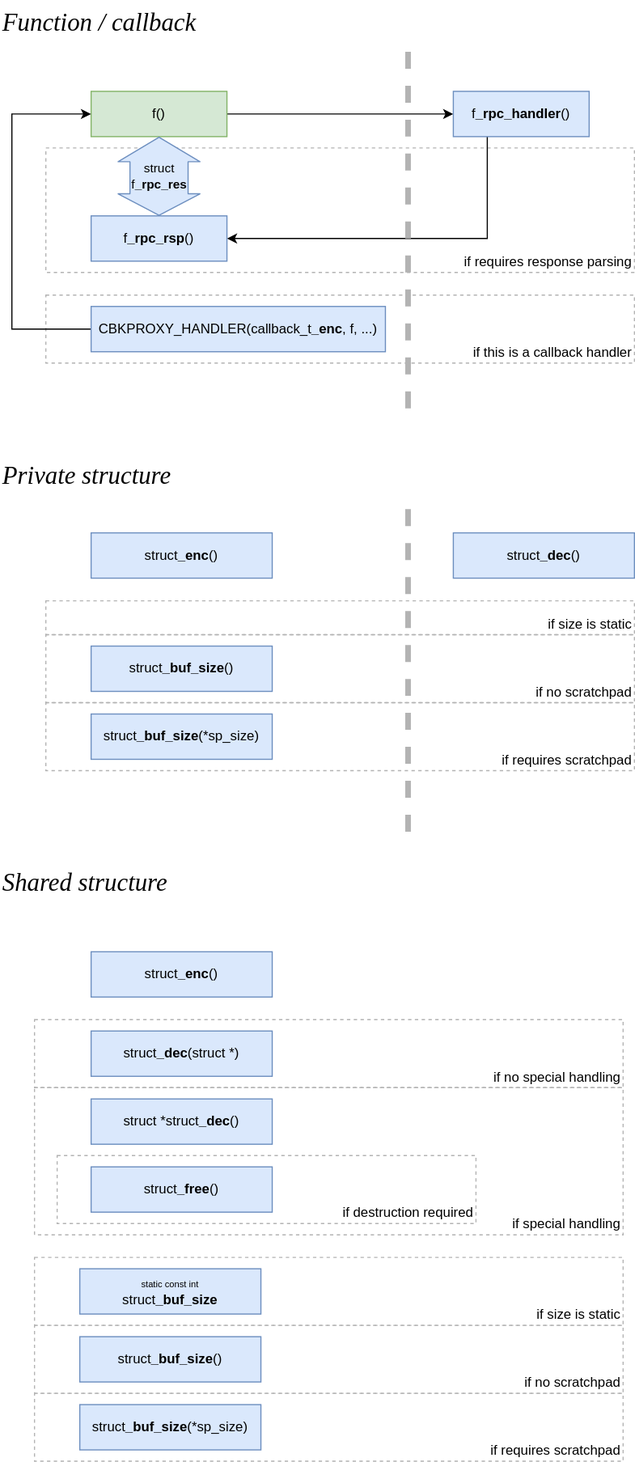
This is doc/GeneratorUnits.drawio.svg from doki-nordic/nrf_rpc_generator, a draw.io export, as it was before one commit. Source tidied: cells renumbered, new cells last; positions are measured from the earlier drawing's top-left corner, leaving out a move shared by most shapes.
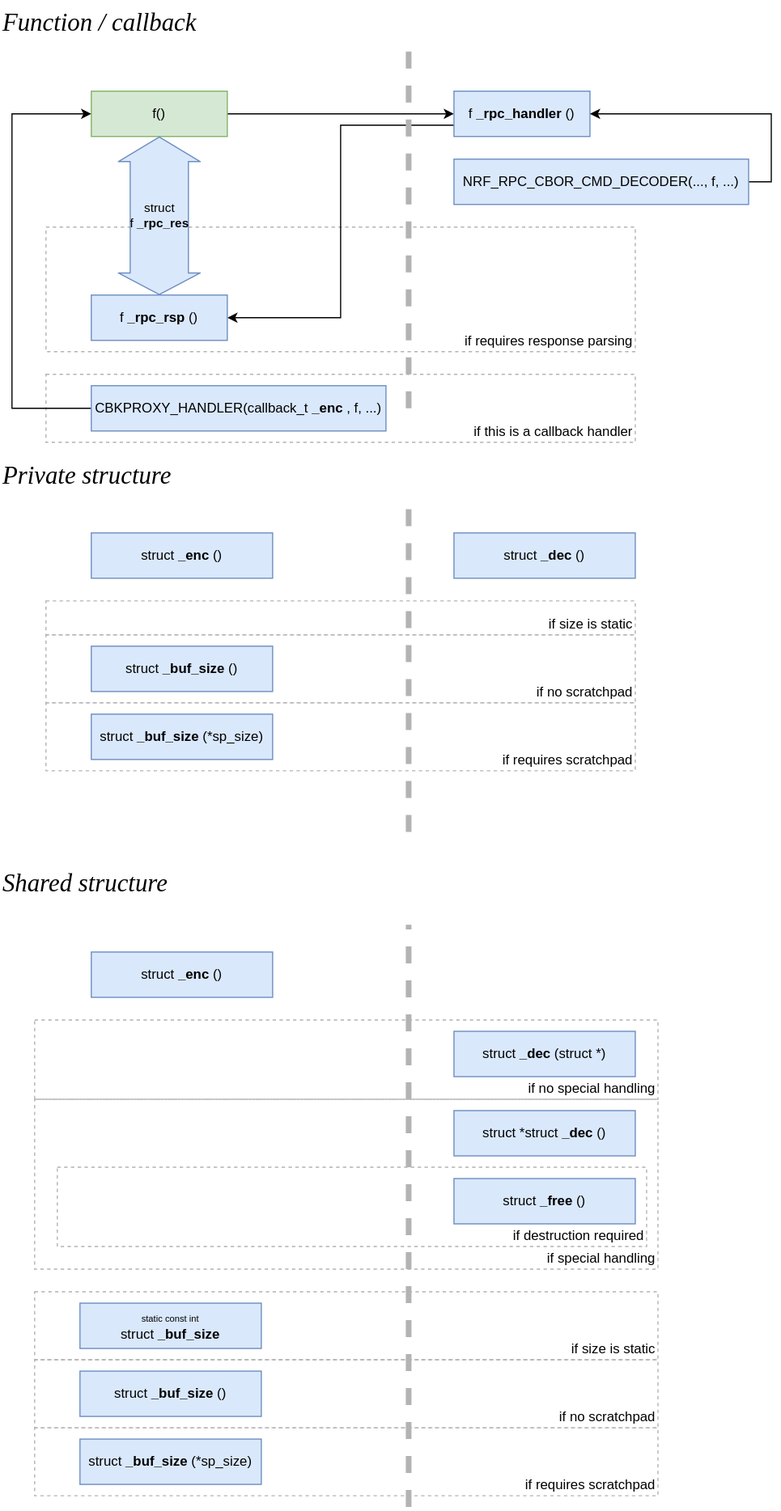
Above is the later version.

Commit message:
GeneratorUnits diagram updates

Diff of the diagram source:
```diff
@@ -3,10 +3,10 @@
     <mxCell id="0" />
     <mxCell id="1" parent="0" />
     <mxCell id="2" value="if special handling" style="rounded=0;whiteSpace=wrap;html=1;fillColor=none;strokeColor=#B3B3B3;dashed=1;verticalAlign=bottom;align=right;" parent="1" vertex="1">
-      <mxGeometry x="30" y="960" width="520" height="130" as="geometry" />
+      <mxGeometry x="30" y="970" width="550" height="150" as="geometry" />
     </mxCell>
     <mxCell id="3" value="if destruction required" style="rounded=0;whiteSpace=wrap;html=1;fillColor=none;strokeColor=#B3B3B3;dashed=1;verticalAlign=bottom;align=right;" parent="1" vertex="1">
-      <mxGeometry x="50" y="1020" width="370" height="60" as="geometry" />
+      <mxGeometry x="50" y="1030" width="520" height="70" as="geometry" />
     </mxCell>
     <mxCell id="4" value="if no scratchpad" style="rounded=0;whiteSpace=wrap;html=1;fillColor=none;strokeColor=#B3B3B3;dashed=1;verticalAlign=bottom;align=right;" parent="1" vertex="1">
       <mxGeometry x="40" y="560" width="520" height="60" as="geometry" />
@@ -15,10 +15,10 @@
       <mxGeometry x="40" y="620" width="520" height="60" as="geometry" />
     </mxCell>
     <mxCell id="6" value="if requires response parsing" style="rounded=0;whiteSpace=wrap;html=1;fillColor=none;strokeColor=#B3B3B3;dashed=1;verticalAlign=bottom;align=right;" parent="1" vertex="1">
-      <mxGeometry x="40" y="130" width="520" height="110" as="geometry" />
+      <mxGeometry x="40" y="200" width="520" height="110" as="geometry" />
     </mxCell>
     <mxCell id="7" value="if this is a callback handler" style="rounded=0;whiteSpace=wrap;html=1;fillColor=none;strokeColor=#B3B3B3;dashed=1;verticalAlign=bottom;align=right;" parent="1" vertex="1">
-      <mxGeometry x="40" y="260" width="520" height="60" as="geometry" />
+      <mxGeometry x="40" y="330" width="520" height="60" as="geometry" />
     </mxCell>
     <mxCell id="8" style="edgeStyle=orthogonalEdgeStyle;rounded=0;jettySize=auto;html=1;exitX=1;exitY=0.5;exitDx=0;exitDy=0;entryX=0;entryY=0.5;entryDx=0;entryDy=0;" parent="1" edge="1" source="9" target="11">
       <mxGeometry relative="1" as="geometry" />
@@ -26,14 +26,14 @@
     <mxCell id="9" value="f()" style="rounded=0;whiteSpace=wrap;html=1;fillColor=#d5e8d4;strokeColor=#82b366;" parent="1" vertex="1">
       <mxGeometry x="80" y="80" width="120" height="40" as="geometry" />
     </mxCell>
-    <mxCell id="10" style="edgeStyle=orthogonalEdgeStyle;rounded=0;jettySize=auto;html=1;exitX=0.25;exitY=1;exitDx=0;exitDy=0;entryX=1;entryY=0.5;entryDx=0;entryDy=0;" parent="1" edge="1" source="11" target="12">
+    <mxCell id="10" style="edgeStyle=orthogonalEdgeStyle;rounded=0;jettySize=auto;html=1;exitX=0;exitY=0.75;exitDx=0;exitDy=0;entryX=1;entryY=0.5;entryDx=0;entryDy=0;" parent="1" edge="1" source="11" target="12">
       <mxGeometry relative="1" as="geometry" />
     </mxCell>
     <mxCell id="11" value="f&lt;b&gt;_rpc_handler&lt;/b&gt;()" style="rounded=0;whiteSpace=wrap;html=1;fillColor=#dae8fc;strokeColor=#6c8ebf;" parent="1" vertex="1">
       <mxGeometry x="400" y="80" width="120" height="40" as="geometry" />
     </mxCell>
     <mxCell id="12" value="f&lt;b&gt;_rpc_rsp&lt;/b&gt;()" style="rounded=0;whiteSpace=wrap;html=1;fillColor=#dae8fc;strokeColor=#6c8ebf;" parent="1" vertex="1">
-      <mxGeometry x="80" y="190" width="120" height="40" as="geometry" />
+      <mxGeometry x="80" y="260" width="120" height="40" as="geometry" />
     </mxCell>
     <mxCell id="13" value="struct&lt;br&gt;f&lt;b&gt;_rpc_res&lt;/b&gt;" style="shape=flexArrow;endArrow=classic;startArrow=classic;html=1;entryX=0.5;entryY=1;entryDx=0;entryDy=0;exitX=0.5;exitY=0;exitDx=0;exitDy=0;width=51.333333333333336;endSize=6.890000000000001;fillColor=#dae8fc;strokeColor=#6c8ebf;labelBackgroundColor=none;" parent="1" edge="1" source="12" target="9">
       <mxGeometry relative="1" as="geometry" />
@@ -41,13 +41,13 @@
     <mxCell id="14" style="edgeStyle=orthogonalEdgeStyle;rounded=0;jettySize=auto;html=1;exitX=0;exitY=0.5;exitDx=0;exitDy=0;entryX=0;entryY=0.5;entryDx=0;entryDy=0;" parent="1" edge="1" source="15" target="9">
       <mxGeometry relative="1" as="geometry">
         <Array as="points">
-          <mxPoint x="10" y="290" />
+          <mxPoint x="10" y="360" />
           <mxPoint x="10" y="100" />
         </Array>
       </mxGeometry>
     </mxCell>
     <mxCell id="15" value="CBKPROXY_HANDLER(callback_t&lt;b&gt;_enc&lt;/b&gt;, f, ...)" style="rounded=0;whiteSpace=wrap;html=1;fillColor=#dae8fc;strokeColor=#6c8ebf;" parent="1" vertex="1">
-      <mxGeometry x="80" y="270" width="260" height="40" as="geometry" />
+      <mxGeometry x="80" y="340" width="260" height="40" as="geometry" />
     </mxCell>
     <mxCell id="16" style="endArrow=none;dashed=1;html=1;fontColor=#B3B3B3;strokeWidth=5;strokeColor=#B3B3B3;" parent="1" edge="1">
       <mxGeometry relative="1" as="geometry">
@@ -83,40 +83,52 @@
       <mxGeometry y="400" width="440" height="40" as="geometry" />
     </mxCell>
     <mxCell id="25" value="if no scratchpad" style="rounded=0;whiteSpace=wrap;html=1;fillColor=none;strokeColor=#B3B3B3;dashed=1;verticalAlign=bottom;align=right;" parent="1" vertex="1">
-      <mxGeometry x="30" y="1170" width="520" height="60" as="geometry" />
+      <mxGeometry x="30" y="1200" width="550" height="60" as="geometry" />
     </mxCell>
     <mxCell id="26" value="if requires scratchpad" style="rounded=0;whiteSpace=wrap;html=1;fillColor=none;strokeColor=#B3B3B3;dashed=1;verticalAlign=bottom;align=right;" parent="1" vertex="1">
-      <mxGeometry x="30" y="1230" width="520" height="60" as="geometry" />
+      <mxGeometry x="30" y="1260" width="550" height="60" as="geometry" />
     </mxCell>
     <mxCell id="27" value="struct&lt;b&gt;_enc&lt;/b&gt;()" style="rounded=0;whiteSpace=wrap;html=1;fillColor=#dae8fc;strokeColor=#6c8ebf;" parent="1" vertex="1">
       <mxGeometry x="80" y="840" width="160" height="40" as="geometry" />
     </mxCell>
     <mxCell id="28" value="struct&lt;b&gt;_buf_size&lt;/b&gt;()" style="rounded=0;whiteSpace=wrap;html=1;fillColor=#dae8fc;strokeColor=#6c8ebf;" parent="1" vertex="1">
-      <mxGeometry x="70" y="1180" width="160" height="40" as="geometry" />
+      <mxGeometry x="70" y="1210" width="160" height="40" as="geometry" />
     </mxCell>
     <mxCell id="29" value="struct&lt;b&gt;_buf_size&lt;/b&gt;(*sp_size)" style="rounded=0;whiteSpace=wrap;html=1;fillColor=#dae8fc;strokeColor=#6c8ebf;" parent="1" vertex="1">
-      <mxGeometry x="70" y="1240" width="160" height="40" as="geometry" />
+      <mxGeometry x="70" y="1270" width="160" height="40" as="geometry" />
     </mxCell>
     <mxCell id="30" value="if size is static" style="rounded=0;whiteSpace=wrap;html=1;fillColor=none;strokeColor=#B3B3B3;dashed=1;verticalAlign=bottom;align=right;" parent="1" vertex="1">
-      <mxGeometry x="30" y="1110" width="520" height="60" as="geometry" />
+      <mxGeometry x="30" y="1140" width="550" height="60" as="geometry" />
     </mxCell>
     <mxCell id="31" value="Shared structure" style="text;html=1;strokeColor=none;fillColor=none;align=left;verticalAlign=middle;whiteSpace=wrap;rounded=0;fontSize=22;fontFamily=Georgia;fontStyle=2;" parent="1" vertex="1">
       <mxGeometry y="760" width="440" height="40" as="geometry" />
     </mxCell>
     <mxCell id="32" value="&lt;font style=&quot;font-size: 8px&quot;&gt;&lt;font style=&quot;font-size: 8px&quot;&gt;static const int&lt;/font&gt;&lt;br&gt;&lt;/font&gt;struct&lt;b&gt;_buf_size&lt;/b&gt;" style="rounded=0;whiteSpace=wrap;html=1;fillColor=#dae8fc;strokeColor=#6c8ebf;" parent="1" vertex="1">
-      <mxGeometry x="70" y="1120" width="160" height="40" as="geometry" />
+      <mxGeometry x="70" y="1150" width="160" height="40" as="geometry" />
     </mxCell>
     <mxCell id="33" value="if no special handling" style="rounded=0;whiteSpace=wrap;html=1;fillColor=none;strokeColor=#B3B3B3;dashed=1;verticalAlign=bottom;align=right;" parent="1" vertex="1">
-      <mxGeometry x="30" y="900" width="520" height="60" as="geometry" />
+      <mxGeometry x="30" y="900" width="550" height="70" as="geometry" />
     </mxCell>
     <mxCell id="34" value="struct&lt;b&gt;_dec&lt;/b&gt;(struct *)" style="rounded=0;whiteSpace=wrap;html=1;fillColor=#dae8fc;strokeColor=#6c8ebf;" parent="1" vertex="1">
-      <mxGeometry x="80" y="910" width="160" height="40" as="geometry" />
+      <mxGeometry x="400" y="910" width="160" height="40" as="geometry" />
     </mxCell>
     <mxCell id="35" value="struct *struct&lt;b&gt;_dec&lt;/b&gt;()" style="rounded=0;whiteSpace=wrap;html=1;fillColor=#dae8fc;strokeColor=#6c8ebf;" parent="1" vertex="1">
-      <mxGeometry x="80" y="970" width="160" height="40" as="geometry" />
+      <mxGeometry x="400" y="980" width="160" height="40" as="geometry" />
     </mxCell>
     <mxCell id="36" value="struct&lt;b&gt;_free&lt;/b&gt;()" style="rounded=0;whiteSpace=wrap;html=1;fillColor=#dae8fc;strokeColor=#6c8ebf;" parent="1" vertex="1">
-      <mxGeometry x="80" y="1030" width="160" height="40" as="geometry" />
+      <mxGeometry x="400" y="1040" width="160" height="40" as="geometry" />
     </mxCell>
+    <mxCell id="37" style="edgeStyle=orthogonalEdgeStyle;rounded=0;jettySize=auto;html=1;exitX=1;exitY=0.5;exitDx=0;exitDy=0;entryX=1;entryY=0.5;entryDx=0;entryDy=0;" parent="1" edge="1" source="38" target="11">
+      <mxGeometry relative="1" as="geometry" />
+    </mxCell>
+    <mxCell id="38" value="NRF_RPC_CBOR_CMD_DECODER(..., f, ...)" style="rounded=0;whiteSpace=wrap;html=0;fillColor=#dae8fc;strokeColor=#6c8ebf;comic=0;" parent="1" vertex="1">
+      <mxGeometry x="400" y="140" width="260" height="40" as="geometry" />
+    </mxCell>
+    <mxCell id="39" style="endArrow=none;dashed=1;html=1;fontColor=#B3B3B3;strokeWidth=5;strokeColor=#B3B3B3;" parent="1" edge="1">
+      <mxGeometry relative="1" as="geometry">
+        <mxPoint x="360" y="1330" as="sourcePoint" />
+        <mxPoint x="360" y="816" as="targetPoint" />
+      </mxGeometry>
+    </mxCell>
   </root>
 </mxGraphModel>
```
